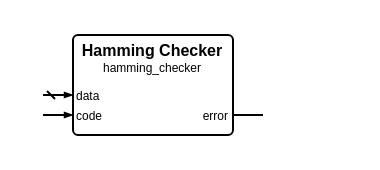
Louis-DR/OmniCores-BuildingBlocks keeps this draw.io diagram as sources/error_control/hamming/hamming_checker.symbol.drawio. Above is the earlier version. Source tidied: cells renumbered, new cells numbered last; positions are measured from the earlier drawing's top-left corner, leaving out a move shared by most shapes. Both pictures are drawn from the tidied source at 200%, with x=0, y=0 at pixel (42, 34).
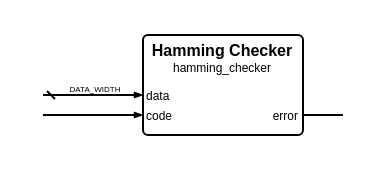
The same diagram, later.

Change to the diagram source:
```diff
@@
 <mxGraphModel>
   <root>
     <mxCell id="0" />
     <mxCell id="1" parent="0" />
     <mxCell id="2" style="group;" parent="1" vertex="1">
-      <mxGeometry width="110" height="50" as="geometry" />
+      <mxGeometry width="150" height="50" as="geometry" />
     </mxCell>
     <mxCell id="3" style="rounded=1;arcSize=5;fillColor=none;strokeWidth=1;strokeColor=black;whiteSpace=wrap;html=1;" parent="2" vertex="1">
-      <mxGeometry x="15" width="80" height="50" as="geometry" />
+      <mxGeometry x="50" width="80" height="50" as="geometry" />
     </mxCell>
     <mxCell id="4" value="Hamming Checker" style="text;html=1;align=center;verticalAlign=middle;whiteSpace=wrap;rounded=0;fontSize=8;fontStyle=1;fontColor=black;" parent="2" vertex="1">
-      <mxGeometry x="15" y="7" width="80" as="geometry" />
+      <mxGeometry x="50" y="7" width="80" as="geometry" />
     </mxCell>
     <mxCell id="5" value="hamming_checker" style="text;html=1;align=center;verticalAlign=middle;whiteSpace=wrap;rounded=0;fontSize=6;fontStyle=0;fontColor=black;" parent="2" vertex="1">
-      <mxGeometry x="15" y="16" width="80" as="geometry" />
+      <mxGeometry x="50" y="16" width="80" as="geometry" />
     </mxCell>
     <mxCell id="6" value="data" style="text;html=1;align=left;verticalAlign=middle;whiteSpace=wrap;rounded=0;fontSize=6;fontStyle=0;fontColor=black;" parent="2" vertex="1">
-      <mxGeometry x="15" y="30" width="80" as="geometry" />
+      <mxGeometry x="50" y="30" width="80" as="geometry" />
     </mxCell>
     <mxCell id="7" style="html=1;rounded=1;strokeWidth=1;strokeColor=black;startFill=0;startSize=2;startArrow=dash;endFill=1;endSize=2;endArrow=blockThin;sourcePerimeterSpacing=0;" parent="2" edge="1">
       <mxGeometry relative="1" as="geometry">
         <mxPoint y="30" as="sourcePoint" />
-        <mxPoint x="15" y="30" as="targetPoint" />
+        <mxPoint x="50" y="30" as="targetPoint" />
       </mxGeometry>
     </mxCell>
+    <mxCell id="12" value="DATA_WIDTH" style="text;html=1;align=center;verticalAlign=middle;whiteSpace=nowrap;rounded=0;fontSize=4;fontStyle=0;fontColor=black;" parent="2" vertex="1">
+      <mxGeometry x="25" y="27" as="geometry" />
+    </mxCell>
     <mxCell id="8" value="code" style="text;html=1;align=left;verticalAlign=middle;whiteSpace=wrap;rounded=0;fontSize=6;fontStyle=0;fontColor=black;" parent="2" vertex="1">
-      <mxGeometry x="15" y="40" width="80" as="geometry" />
+      <mxGeometry x="50" y="40" width="80" as="geometry" />
     </mxCell>
     <mxCell id="9" style="html=1;rounded=1;strokeWidth=1;strokeColor=black;startFill=0;startSize=2;startArrow=none;endFill=1;endSize=2;endArrow=blockThin;sourcePerimeterSpacing=0;" parent="2" edge="1">
       <mxGeometry relative="1" as="geometry">
         <mxPoint y="40" as="sourcePoint" />
-        <mxPoint x="15" y="40" as="targetPoint" />
+        <mxPoint x="50" y="40" as="targetPoint" />
       </mxGeometry>
     </mxCell>
     <mxCell id="10" value="error" style="text;html=1;align=right;verticalAlign=middle;whiteSpace=wrap;rounded=0;fontSize=6;fontStyle=0;fontColor=black;" parent="2" vertex="1">
-      <mxGeometry x="15" y="40" width="80" as="geometry" />
+      <mxGeometry x="50" y="40" width="80" as="geometry" />
     </mxCell>
     <mxCell id="11" style="html=1;rounded=1;strokeWidth=1;strokeColor=black;startFill=0;startSize=2;startArrow=none;endFill=1;endSize=2;endArrow=none;sourcePerimeterSpacing=0;" parent="2" edge="1">
       <mxGeometry relative="1" as="geometry">
-        <mxPoint x="110" y="40" as="sourcePoint" />
-        <mxPoint x="95" y="40" as="targetPoint" />
+        <mxPoint x="150" y="40" as="sourcePoint" />
+        <mxPoint x="130" y="40" as="targetPoint" />
       </mxGeometry>
     </mxCell>
   </root>
 </mxGraphModel>
```
